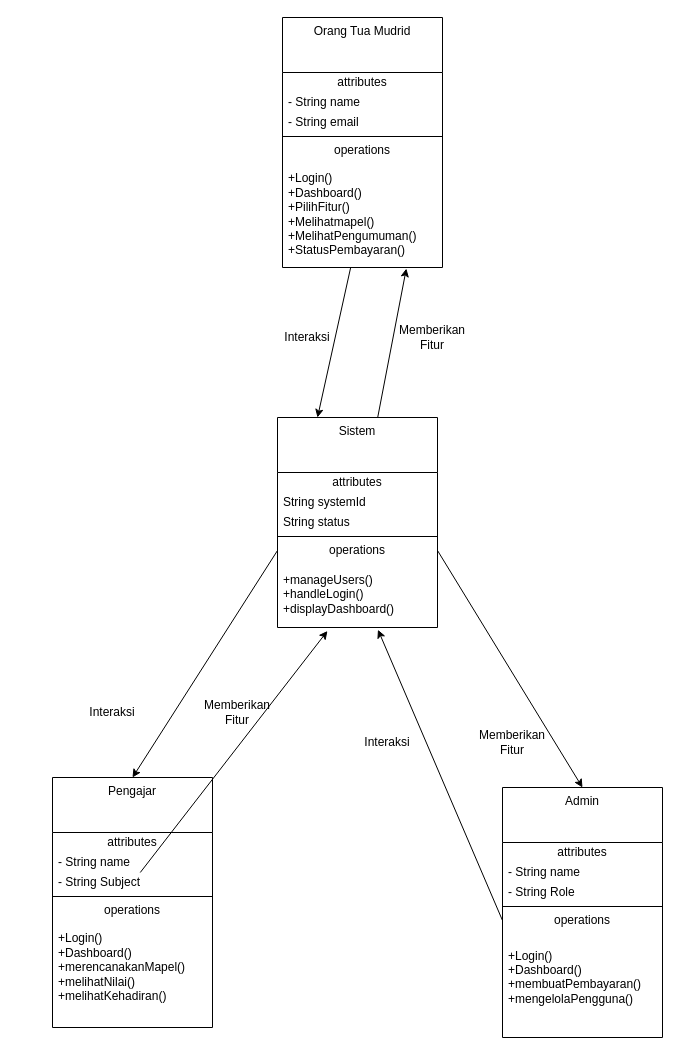
Earlier version of the draw.io diagram Class_diagram.drawio (DekJus/kakajaja). Source tidied: cells renumbered, new cells numbered last; positions are measured from the earlier drawing's top-left corner, leaving out a move shared by most shapes. Both pictures are drawn from the tidied source at 100%, with x=0, y=0 at pixel (52, 17).
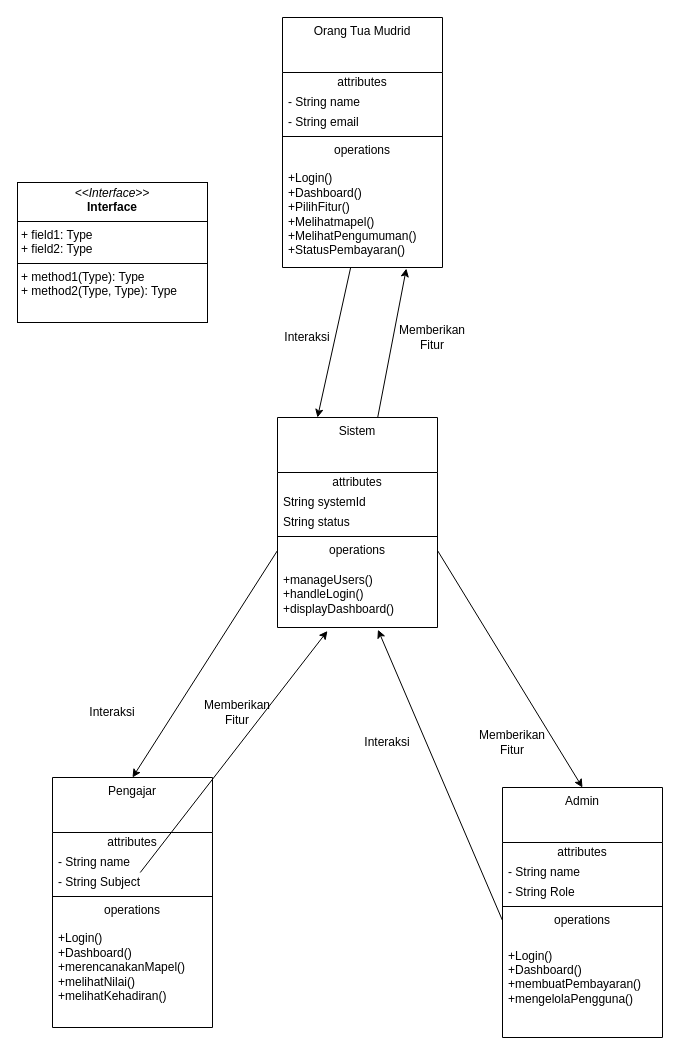
Above is the later version.

Commit message (it also covers changes not shown here):
login activity

Diff of the diagram source:
```diff
@@
+    <mxCell id="42" value="&lt;p style=&quot;margin:0px;margin-top:4px;text-align:center;&quot;&gt;&lt;i&gt;&amp;lt;&amp;lt;Interface&amp;gt;&amp;gt;&lt;/i&gt;&lt;br/&gt;&lt;b&gt;Interface&lt;/b&gt;&lt;/p&gt;&lt;hr size=&quot;1&quot; style=&quot;border-style:solid;&quot;/&gt;&lt;p style=&quot;margin:0px;margin-left:4px;&quot;&gt;+ field1: Type&lt;br/&gt;+ field2: Type&lt;/p&gt;&lt;hr size=&quot;1&quot; style=&quot;border-style:solid;&quot;/&gt;&lt;p style=&quot;margin:0px;margin-left:4px;&quot;&gt;+ method1(Type): Type&lt;br/&gt;+ method2(Type, Type): Type&lt;/p&gt;" style="verticalAlign=top;align=left;overflow=fill;html=1;whiteSpace=wrap;" parent="1" vertex="1">
+      <mxGeometry x="-35" y="165" width="190" height="140" as="geometry" />
+    </mxCell>
```
